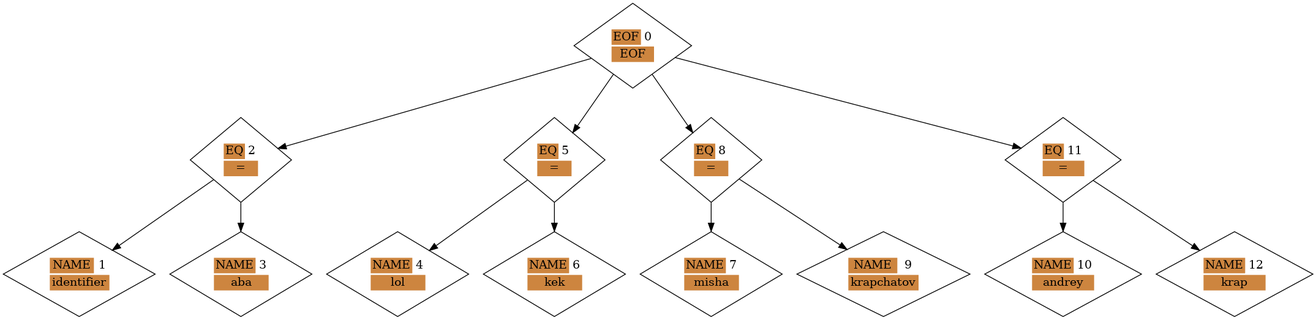
Above: graph.png in 1mchlkrpch/Rebecca (Graphviz), before the change. Its source is kept beside it as graph.dot.
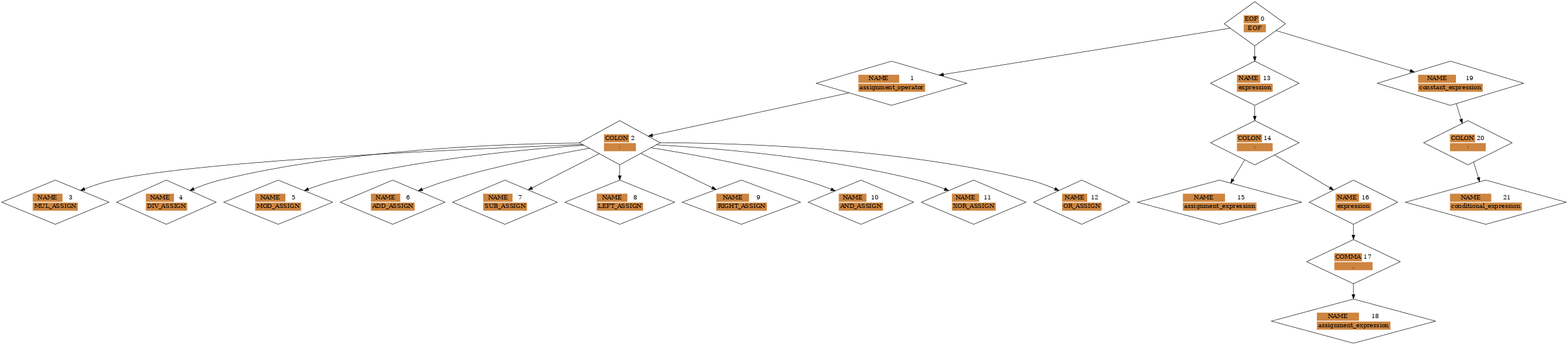
After the commit.

Change to the diagram source:
```diff
@@ -1,4 +1,5 @@
 digraph G{
+	graph [ dpi = 50 ];
 	n0 [shape=diamond label=<
 		<table border="0">
 			<tr><td colspan="1" bgcolor="Peru">EOF</td><td>0</td></tr>
@@ -6,100 +7,172 @@
 		</table>
 	>]
 
-	n2 [shape=diamond label=<
+	n1 [shape=diamond label=<
 		<table border="0">
-			<tr><td colspan="1" bgcolor="Peru">EQ</td><td>2</td></tr>
-			<tr><td colspan="2" bgcolor="Peru">=</td></tr>
+			<tr><td colspan="1" bgcolor="Peru">NAME</td><td>1</td></tr>
+			<tr><td colspan="2" bgcolor="Peru">assignment_operator</td></tr>
 		</table>
 	>]
 
-	n1 [shape=diamond label=<
+	n2 [shape=diamond label=<
 		<table border="0">
-			<tr><td colspan="1" bgcolor="Peru">NAME</td><td>1</td></tr>
-			<tr><td colspan="2" bgcolor="Peru">identifier</td></tr>
+			<tr><td colspan="1" bgcolor="Peru">COLON</td><td>2</td></tr>
+			<tr><td colspan="2" bgcolor="Peru">:</td></tr>
 		</table>
 	>]
 
 	n3 [shape=diamond label=<
 		<table border="0">
 			<tr><td colspan="1" bgcolor="Peru">NAME</td><td>3</td></tr>
-			<tr><td colspan="2" bgcolor="Peru">aba</td></tr>
-		</table>
-	>]
-
-	n5 [shape=diamond label=<
-		<table border="0">
-			<tr><td colspan="1" bgcolor="Peru">EQ</td><td>5</td></tr>
-			<tr><td colspan="2" bgcolor="Peru">=</td></tr>
+			<tr><td colspan="2" bgcolor="Peru">MUL_ASSIGN</td></tr>
 		</table>
 	>]
 
 	n4 [shape=diamond label=<
 		<table border="0">
 			<tr><td colspan="1" bgcolor="Peru">NAME</td><td>4</td></tr>
-			<tr><td colspan="2" bgcolor="Peru">lol</td></tr>
+			<tr><td colspan="2" bgcolor="Peru">DIV_ASSIGN</td></tr>
+		</table>
+	>]
+
+	n5 [shape=diamond label=<
+		<table border="0">
+			<tr><td colspan="1" bgcolor="Peru">NAME</td><td>5</td></tr>
+			<tr><td colspan="2" bgcolor="Peru">MOD_ASSIGN</td></tr>
 		</table>
 	>]
 
 	n6 [shape=diamond label=<
 		<table border="0">
 			<tr><td colspan="1" bgcolor="Peru">NAME</td><td>6</td></tr>
-			<tr><td colspan="2" bgcolor="Peru">kek</td></tr>
-		</table>
-	>]
-
-	n8 [shape=diamond label=<
-		<table border="0">
-			<tr><td colspan="1" bgcolor="Peru">EQ</td><td>8</td></tr>
-			<tr><td colspan="2" bgcolor="Peru">=</td></tr>
+			<tr><td colspan="2" bgcolor="Peru">ADD_ASSIGN</td></tr>
 		</table>
 	>]
 
 	n7 [shape=diamond label=<
 		<table border="0">
 			<tr><td colspan="1" bgcolor="Peru">NAME</td><td>7</td></tr>
-			<tr><td colspan="2" bgcolor="Peru">misha</td></tr>
+			<tr><td colspan="2" bgcolor="Peru">SUB_ASSIGN</td></tr>
+		</table>
+	>]
+
+	n8 [shape=diamond label=<
+		<table border="0">
+			<tr><td colspan="1" bgcolor="Peru">NAME</td><td>8</td></tr>
+			<tr><td colspan="2" bgcolor="Peru">LEFT_ASSIGN</td></tr>
 		</table>
 	>]
 
 	n9 [shape=diamond label=<
 		<table border="0">
 			<tr><td colspan="1" bgcolor="Peru">NAME</td><td>9</td></tr>
-			<tr><td colspan="2" bgcolor="Peru">krapchatov</td></tr>
-		</table>
-	>]
-
-	n11 [shape=diamond label=<
-		<table border="0">
-			<tr><td colspan="1" bgcolor="Peru">EQ</td><td>11</td></tr>
-			<tr><td colspan="2" bgcolor="Peru">=</td></tr>
+			<tr><td colspan="2" bgcolor="Peru">RIGHT_ASSIGN</td></tr>
 		</table>
 	>]
 
 	n10 [shape=diamond label=<
 		<table border="0">
 			<tr><td colspan="1" bgcolor="Peru">NAME</td><td>10</td></tr>
-			<tr><td colspan="2" bgcolor="Peru">andrey</td></tr>
+			<tr><td colspan="2" bgcolor="Peru">AND_ASSIGN</td></tr>
+		</table>
+	>]
+
+	n11 [shape=diamond label=<
+		<table border="0">
+			<tr><td colspan="1" bgcolor="Peru">NAME</td><td>11</td></tr>
+			<tr><td colspan="2" bgcolor="Peru">XOR_ASSIGN</td></tr>
 		</table>
 	>]
 
 	n12 [shape=diamond label=<
 		<table border="0">
 			<tr><td colspan="1" bgcolor="Peru">NAME</td><td>12</td></tr>
-			<tr><td colspan="2" bgcolor="Peru">krap</td></tr>
+			<tr><td colspan="2" bgcolor="Peru">OR_ASSIGN</td></tr>
 		</table>
 	>]
 
-	n0 -> n2
-	n0 -> n5
-	n0 -> n8
-	n0 -> n11
-	n2 -> n1
+	n13 [shape=diamond label=<
+		<table border="0">
+			<tr><td colspan="1" bgcolor="Peru">NAME</td><td>13</td></tr>
+			<tr><td colspan="2" bgcolor="Peru">expression</td></tr>
+		</table>
+	>]
+
+	n14 [shape=diamond label=<
+		<table border="0">
+			<tr><td colspan="1" bgcolor="Peru">COLON</td><td>14</td></tr>
+			<tr><td colspan="2" bgcolor="Peru">:</td></tr>
+		</table>
+	>]
+
+	n15 [shape=diamond label=<
+		<table border="0">
+			<tr><td colspan="1" bgcolor="Peru">NAME</td><td>15</td></tr>
+			<tr><td colspan="2" bgcolor="Peru">assignment_expression</td></tr>
+		</table>
+	>]
+
+	n16 [shape=diamond label=<
+		<table border="0">
+			<tr><td colspan="1" bgcolor="Peru">NAME</td><td>16</td></tr>
+			<tr><td colspan="2" bgcolor="Peru">expression</td></tr>
+		</table>
+	>]
+
+	n17 [shape=diamond label=<
+		<table border="0">
+			<tr><td colspan="1" bgcolor="Peru">COMMA</td><td>17</td></tr>
+			<tr><td colspan="2" bgcolor="Peru">,</td></tr>
+		</table>
+	>]
+
+	n18 [shape=diamond label=<
+		<table border="0">
+			<tr><td colspan="1" bgcolor="Peru">NAME</td><td>18</td></tr>
+			<tr><td colspan="2" bgcolor="Peru">assignment_expression</td></tr>
+		</table>
+	>]
+
+	n19 [shape=diamond label=<
+		<table border="0">
+			<tr><td colspan="1" bgcolor="Peru">NAME</td><td>19</td></tr>
+			<tr><td colspan="2" bgcolor="Peru">constant_expression</td></tr>
+		</table>
+	>]
+
+	n20 [shape=diamond label=<
+		<table border="0">
+			<tr><td colspan="1" bgcolor="Peru">COLON</td><td>20</td></tr>
+			<tr><td colspan="2" bgcolor="Peru">:</td></tr>
+		</table>
+	>]
+
+	n21 [shape=diamond label=<
+		<table border="0">
+			<tr><td colspan="1" bgcolor="Peru">NAME</td><td>21</td></tr>
+			<tr><td colspan="2" bgcolor="Peru">conditional_expression</td></tr>
+		</table>
+	>]
+
+	n0 -> n1
+	n0 -> n13
+	n0 -> n19
+	n1 -> n2
 	n2 -> n3
-	n5 -> n4
-	n5 -> n6
-	n8 -> n7
-	n8 -> n9
-	n11 -> n10
-	n11 -> n12
+	n2 -> n4
+	n2 -> n5
+	n2 -> n6
+	n2 -> n7
+	n2 -> n8
+	n2 -> n9
+	n2 -> n10
+	n2 -> n11
+	n2 -> n12
+	n13 -> n14
+	n14 -> n15
+	n14 -> n16
+	n16 -> n17
+	n17 -> n18
+	n19 -> n20
+	n20 -> n21
 }
```
